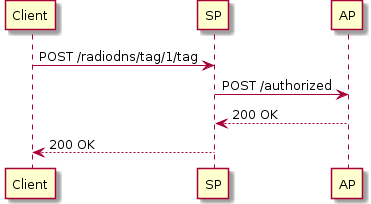
This is docker/tutorial/images/uml/authenticated-request.png from ebu/cpa-tutorial, a PlantUML export, as it was before one commit.
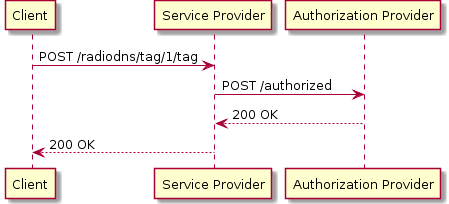
Later version of the same file.

Diff of the diagram source:
```diff
@@ -1,8 +1,8 @@
 @startuml
 
 participant "Client"
-participant "SP"
-participant "AP"
+participant "Service Provider" as SP
+participant "Authorization Provider" as AP
 
 Client -> SP: POST /radiodns/tag/1/tag
 SP -> AP: POST /authorized
```
